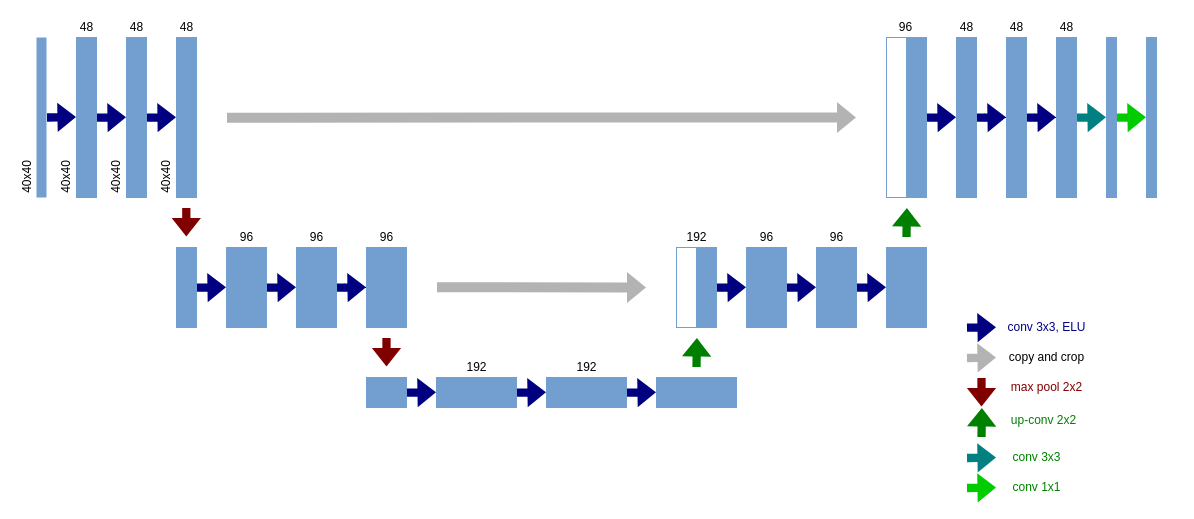
This is robofish/Untitled Diagram.drawio from tsuijenk/PlotNeuralNet, a draw.io file, before an edit. Source tidied: cells renumbered, new cells numbered last; positions are measured from the earlier drawing's top-left corner, leaving out a move shared by most shapes. Both pictures are drawn from the tidied source at 100%, with x=0, y=0 at pixel (2, 17).
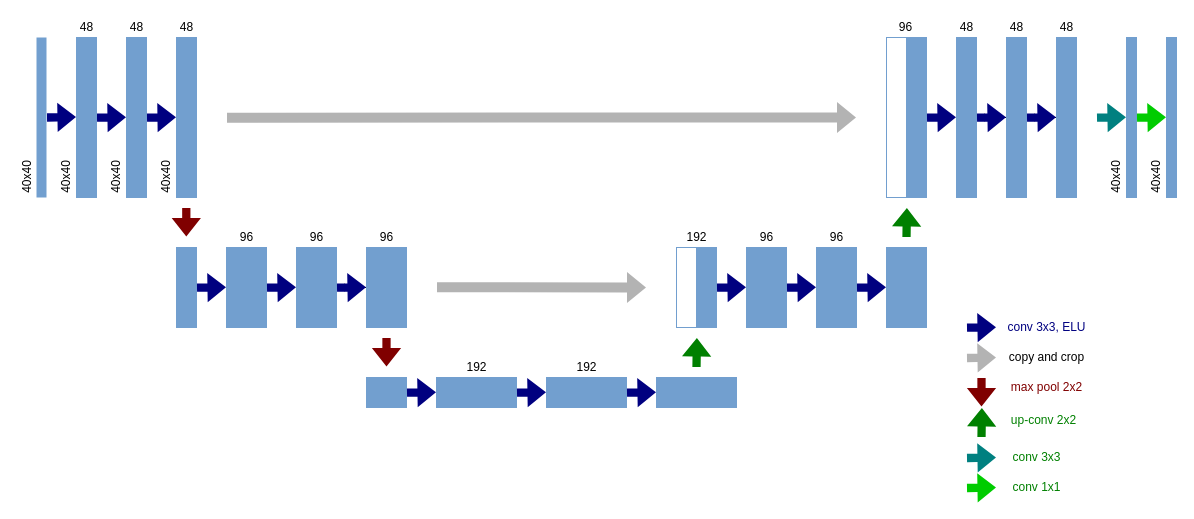
Above is the later version.

Commit message:
robofish Unet

What changed in the source:
```diff
@@
     <mxCell id="24" style="shape=flexArrow;endArrow=classic;html=1;rounded=0;fillColor=#008080;width=8.269230769230768;endSize=5.8500000000000005;strokeColor=none;" parent="1" edge="1">
       <mxGeometry relative="1" as="geometry">
-        <mxPoint x="1074" y="100.2" as="sourcePoint" />
-        <mxPoint x="1104" y="99.7" as="targetPoint" />
+        <mxPoint x="1094" y="100.2" as="sourcePoint" />
+        <mxPoint x="1124" y="99.7" as="targetPoint" />
       </mxGeometry>
     </mxCell>
     <mxCell id="25" style="rounded=0;whiteSpace=wrap;html=1;fillColor=#729FCF;gradientColor=none;strokeColor=#729FCF;" parent="1" vertex="1">
-      <mxGeometry x="1104" y="20" width="10" height="160" as="geometry" />
+      <mxGeometry x="1124" y="20" width="10" height="160" as="geometry" />
     </mxCell>
@@
     <mxCell id="93" style="shape=flexArrow;endArrow=classic;html=1;rounded=0;fillColor=#00CC00;width=8.269230769230768;endSize=5.8500000000000005;strokeColor=none;" parent="1" edge="1">
       <mxGeometry relative="1" as="geometry">
-        <mxPoint x="1114" y="100.2" as="sourcePoint" />
-        <mxPoint x="1144" y="99.7" as="targetPoint" />
+        <mxPoint x="1134" y="100.2" as="sourcePoint" />
+        <mxPoint x="1164" y="99.7" as="targetPoint" />
       </mxGeometry>
     </mxCell>
     <mxCell id="94" style="rounded=0;whiteSpace=wrap;html=1;fillColor=#729FCF;gradientColor=none;strokeColor=#729FCF;" parent="1" vertex="1">
-      <mxGeometry x="1144" y="20" width="10" height="160" as="geometry" />
+      <mxGeometry x="1164" y="20" width="10" height="160" as="geometry" />
     </mxCell>
@@
+    <mxCell id="99" value="40x40" style="text;html=1;align=center;verticalAlign=middle;strokeColor=none;fillColor=none;rotation=-90;" parent="1" vertex="1">
+      <mxGeometry x="1129" y="150" width="50" height="20" as="geometry" />
+    </mxCell>
+    <mxCell id="100" value="40x40" style="text;html=1;align=center;verticalAlign=middle;strokeColor=none;fillColor=none;rotation=-90;" parent="1" vertex="1">
+      <mxGeometry x="1089" y="150" width="50" height="20" as="geometry" />
+    </mxCell>
```
